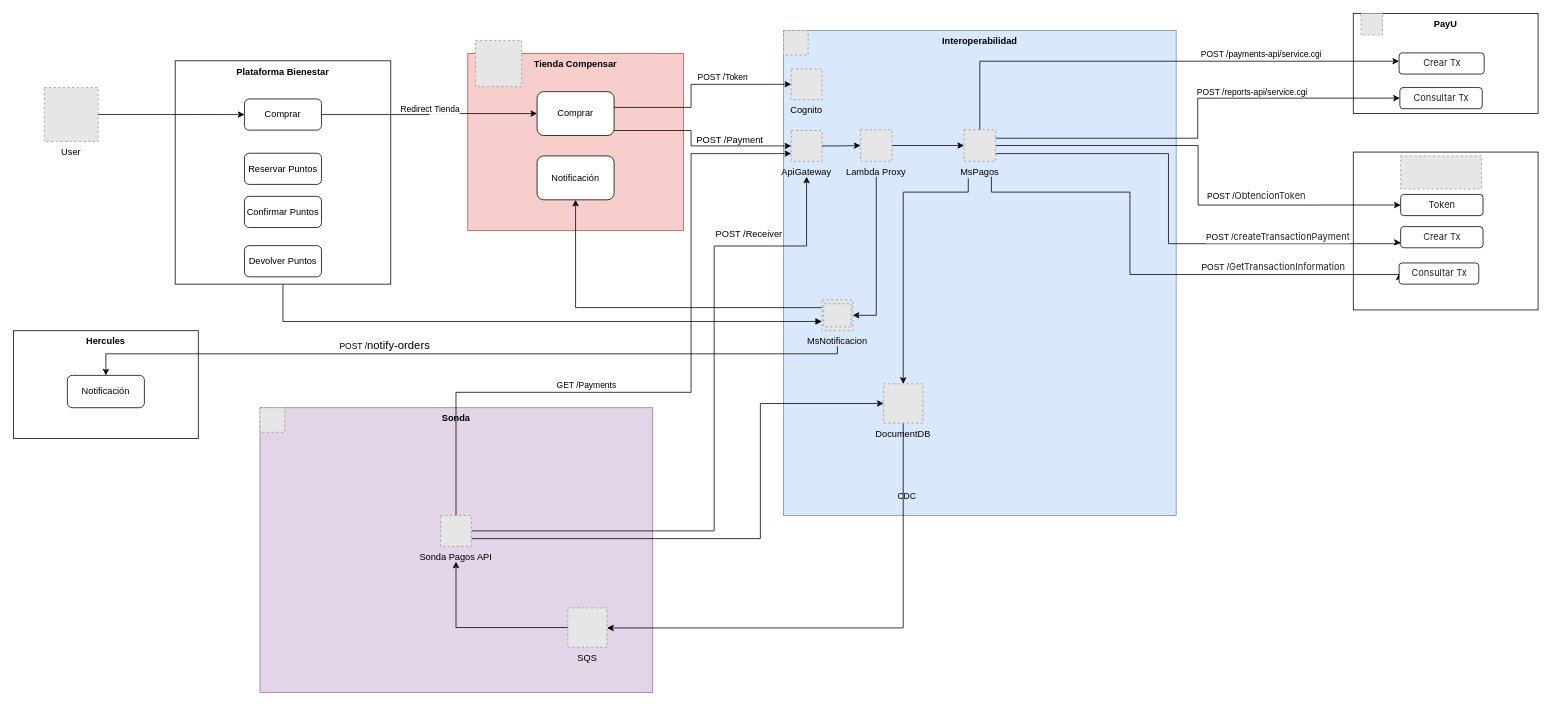
carlosvalderrama1204/diagrams keeps this draw.io diagram as page "Page-1" (1 of 2) of R+D.drawio. Above is the earlier version. Source tidied: cells renumbered, new cells numbered last; positions are measured from the earlier drawing's top-left corner, leaving out a move shared by most shapes. Both pictures are drawn from the tidied source at 77%, with x=0, y=0 at pixel (13, 13). Pictures stored in the file or linked from it are replaced by grey dashed boxes.
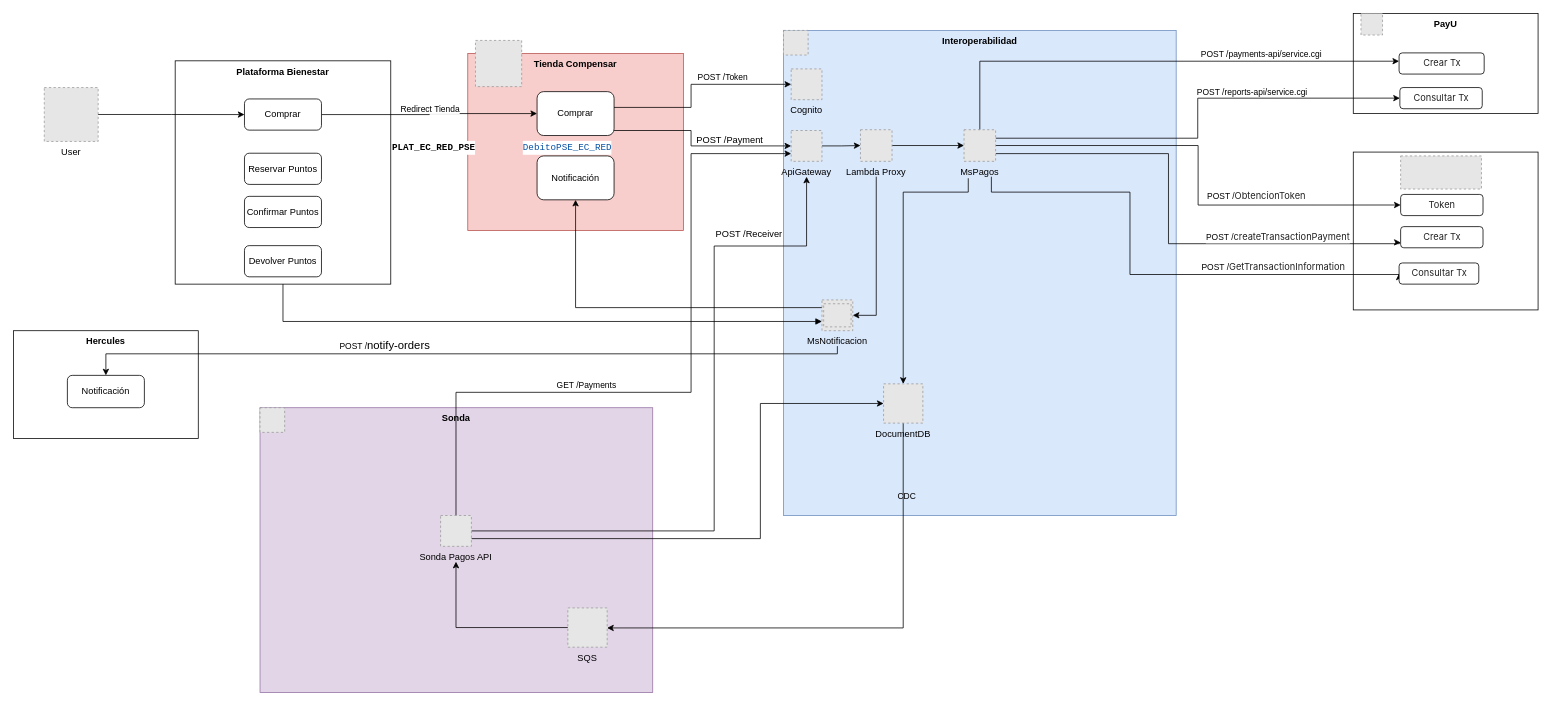
The same diagram, later.

Change to the diagram source:
```diff
@@
+    <mxCell id="70" value="&lt;div style=&quot;color: #000000;background-color: #ffffff;font-family: IBMPlexMono, 'Courier New', monospace, Consolas, 'Courier New', monospace;font-weight: normal;font-size: 12px;line-height: 18px;white-space: pre;&quot;&gt;&lt;div&gt;&lt;span style=&quot;color: #0451a5;&quot;&gt;DebitoPSE_EC_RED&lt;/span&gt;&lt;/div&gt;&lt;/div&gt;" style="text;whiteSpace=wrap;html=1;" parent="1" vertex="1">
+      <mxGeometry x="660" y="158.5" width="150" height="40" as="geometry" />
+    </mxCell>
+    <mxCell id="71" value="&lt;div style=&quot;color: rgb(0, 0, 0); background-color: rgb(255, 255, 255); font-family: IBMPlexMono, &amp;quot;Courier New&amp;quot;, monospace, Consolas, &amp;quot;Courier New&amp;quot;, monospace; font-size: 12px; line-height: 18px; white-space: pre;&quot;&gt;&lt;span style=&quot;&quot;&gt;&lt;b&gt;PLAT_EC_RED_PSE&lt;/b&gt;&lt;/span&gt;&lt;/div&gt;" style="text;whiteSpace=wrap;html=1;" parent="1" vertex="1">
+      <mxGeometry x="490" y="158.5" width="150" height="40" as="geometry" />
+    </mxCell>
```
